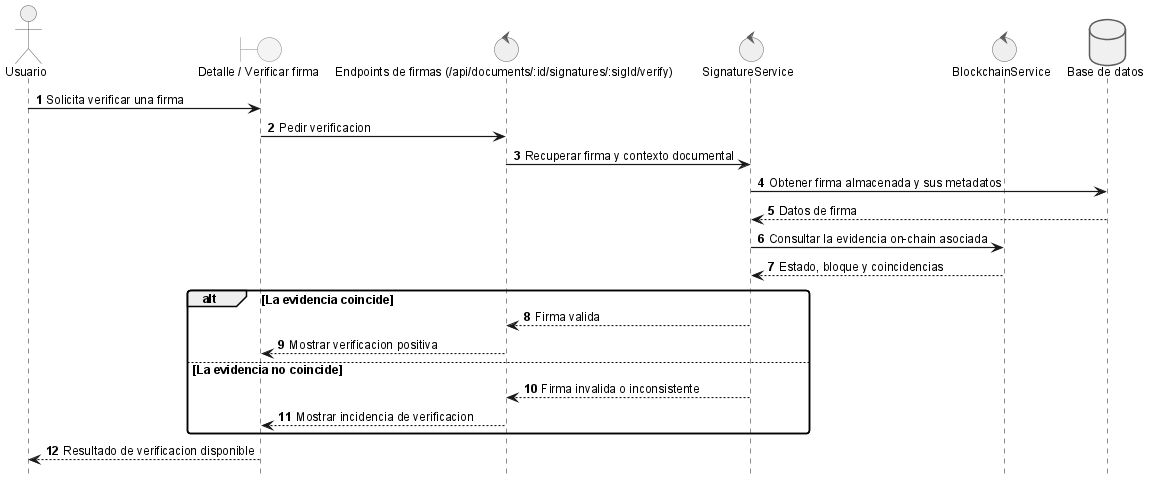
Above: anexos/diagramas/seq-verify-signature.png in ErDeivih/DocumentChain (PlantUML), before the change.
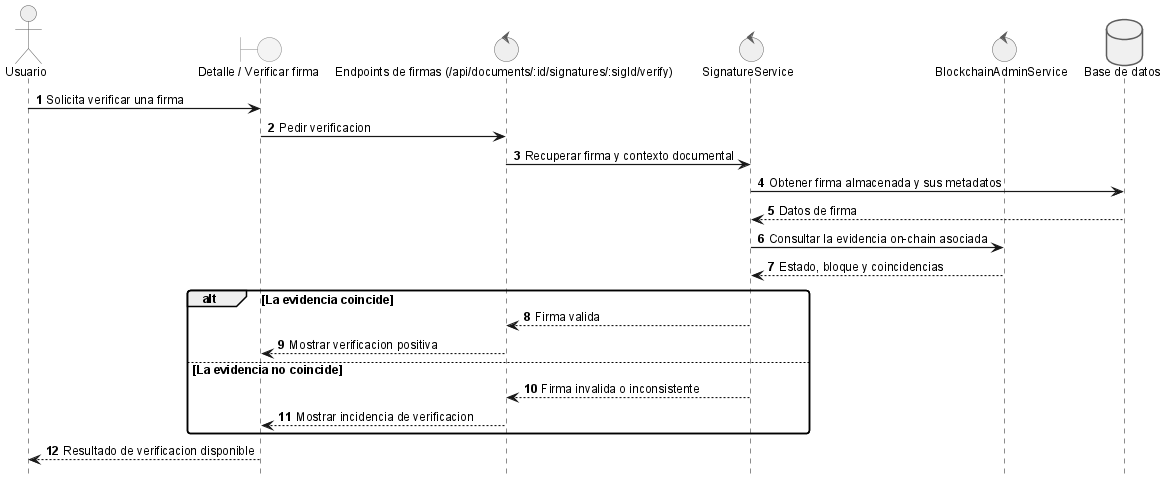
The same file after the commit.

What changed in the source:
```diff
@@ -4,7 +4,7 @@
 boundary "Detalle / Verificar firma" as ui
 control "Endpoints de firmas (/api/documents/:id/signatures/:sigId/verify)" as api
 control "SignatureService" as srv
-control "BlockchainService" as bc
+control "BlockchainAdminService" as bc
 database "Base de datos" as db
 
 user -> ui: Solicita verificar una firma
```
